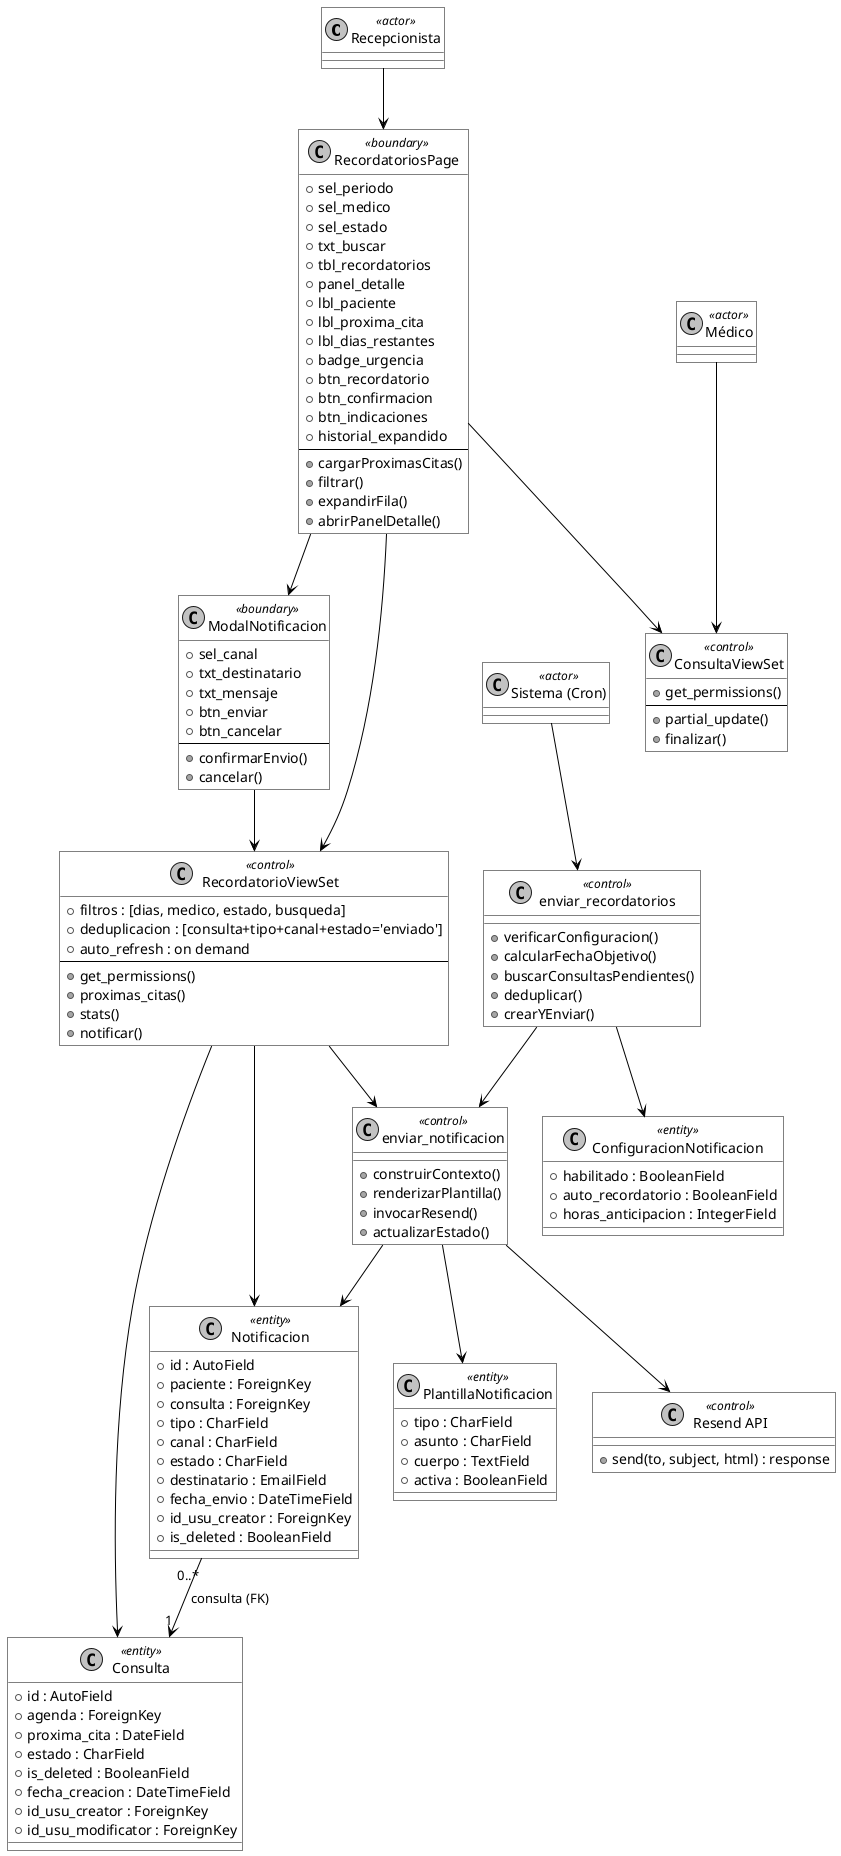
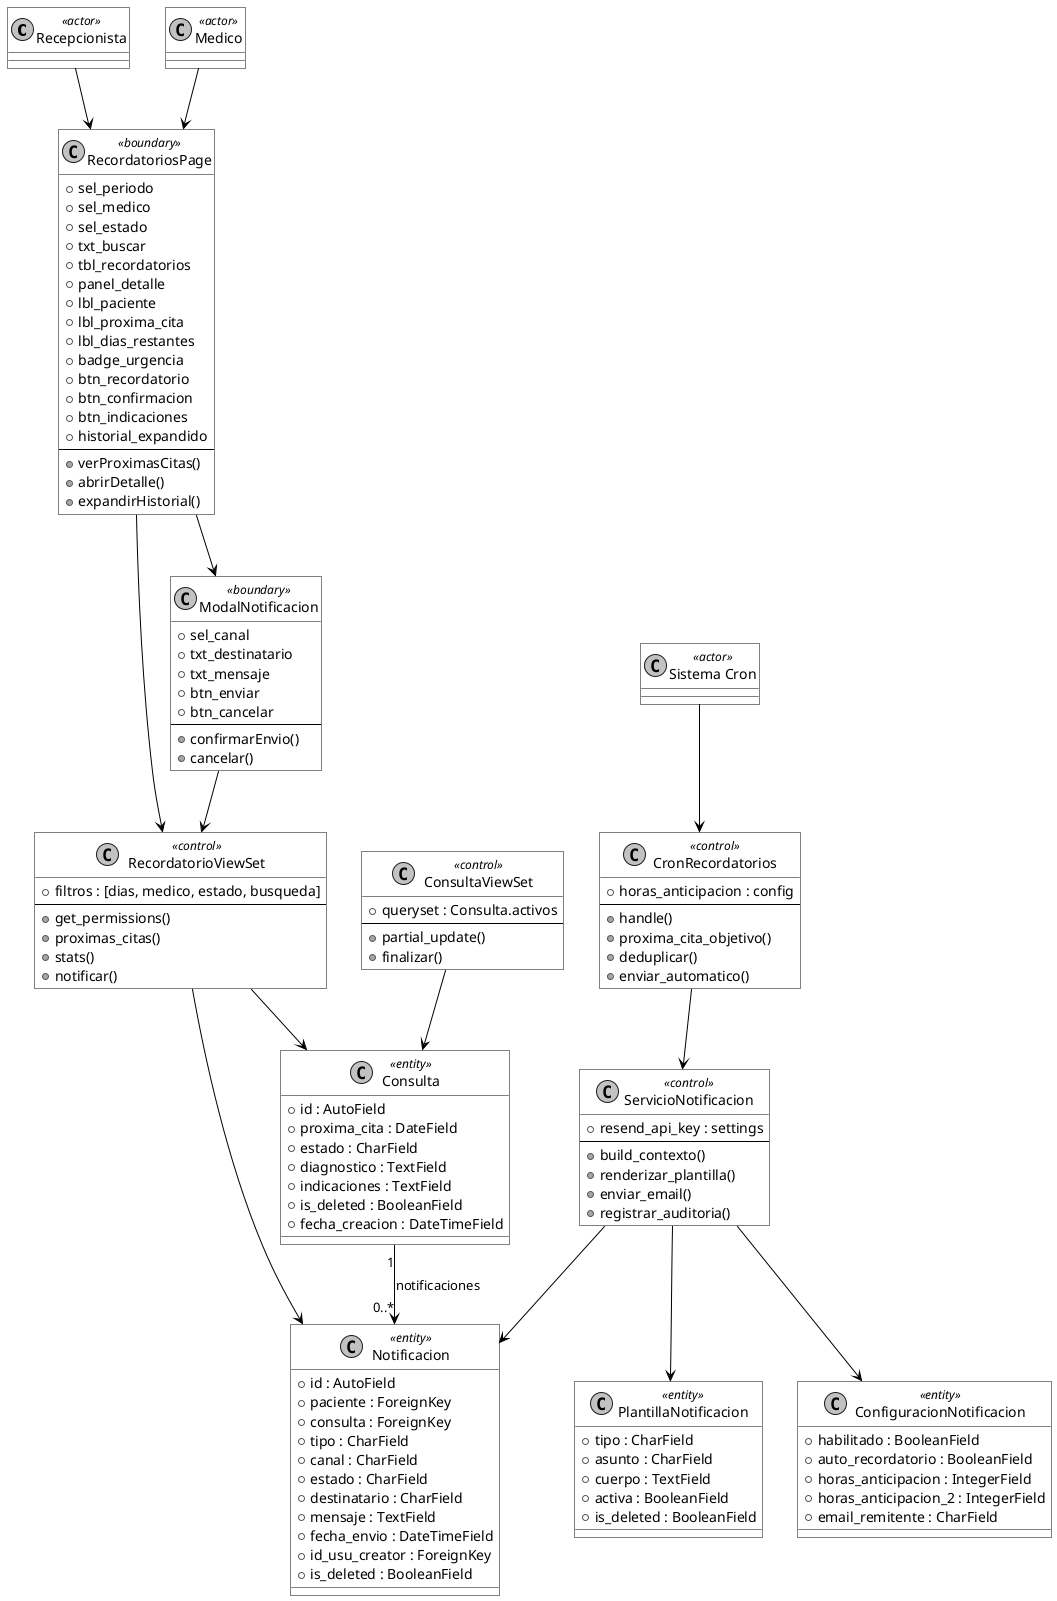
@startuml 08_modelo_objetos_detallado

skinparam monochrome true
skinparam shadowing false
skinparam roundcorner 0
skinparam backgroundColor white

skinparam class {
  BackgroundColor #ffffff
  BorderColor #000000
  ArrowColor #000000
}

class "Recepcionista" <<actor>>
- class "Médico" <<actor>>
- class "Sistema (Cron)" <<actor>>
+ class "Medico" <<actor>>
+ class "Sistema Cron" <<actor>>

class "RecordatoriosPage" <<boundary>> {
  +sel_periodo
  +sel_medico
  +sel_estado
  +txt_buscar
  +tbl_recordatorios
  +panel_detalle
  +lbl_paciente
  +lbl_proxima_cita
  +lbl_dias_restantes
  +badge_urgencia
  +btn_recordatorio
  +btn_confirmacion
  +btn_indicaciones
  +historial_expandido
  --
-   +cargarProximasCitas()
-   +filtrar()
-   +expandirFila()
-   +abrirPanelDetalle()
+   +verProximasCitas()
+   +abrirDetalle()
+   +expandirHistorial()
}

class "ModalNotificacion" <<boundary>> {
  +sel_canal
  +txt_destinatario
  +txt_mensaje
  +btn_enviar
  +btn_cancelar
  --
  +confirmarEnvio()
  +cancelar()
}

class "RecordatorioViewSet" <<control>> {
  +filtros : [dias, medico, estado, busqueda]
-   +deduplicacion : [consulta+tipo+canal+estado='enviado']
-   +auto_refresh : on demand
  --
  +get_permissions()
  +proximas_citas()
  +stats()
  +notificar()
}

class "ConsultaViewSet" <<control>> {
-   +get_permissions()
+   +queryset : Consulta.activos
  --
  +partial_update()
  +finalizar()
}

- class "enviar_notificacion" <<control>> {
-   +construirContexto()
-   +renderizarPlantilla()
-   +invocarResend()
-   +actualizarEstado()
+ class "ServicioNotificacion" <<control>> {
+   +resend_api_key : settings
+   --
+   +build_contexto()
+   +renderizar_plantilla()
+   +enviar_email()
+   +registrar_auditoria()
}

- class "enviar_recordatorios" <<control>> {
-   +verificarConfiguracion()
-   +calcularFechaObjetivo()
-   +buscarConsultasPendientes()
+ class "CronRecordatorios" <<control>> {
+   +horas_anticipacion : config
+   --
+   +handle()
+   +proxima_cita_objetivo()
  +deduplicar()
-   +crearYEnviar()
- }
- 
- class "Resend API" <<control>> {
-   +send(to, subject, html) : response
+   +enviar_automatico()
}

class "Consulta" <<entity>> {
  +id : AutoField
-   +agenda : ForeignKey
  +proxima_cita : DateField
  +estado : CharField
+   +diagnostico : TextField
+   +indicaciones : TextField
  +is_deleted : BooleanField
  +fecha_creacion : DateTimeField
-   +id_usu_creator : ForeignKey
-   +id_usu_modificator : ForeignKey
}

class "Notificacion" <<entity>> {
  +id : AutoField
  +paciente : ForeignKey
  +consulta : ForeignKey
  +tipo : CharField
  +canal : CharField
  +estado : CharField
-   +destinatario : EmailField
+   +destinatario : CharField
+   +mensaje : TextField
  +fecha_envio : DateTimeField
  +id_usu_creator : ForeignKey
  +is_deleted : BooleanField
}

class "ConfiguracionNotificacion" <<entity>> {
  +habilitado : BooleanField
  +auto_recordatorio : BooleanField
  +horas_anticipacion : IntegerField
+   +horas_anticipacion_2 : IntegerField
+   +email_remitente : CharField
}

class "PlantillaNotificacion" <<entity>> {
  +tipo : CharField
  +asunto : CharField
  +cuerpo : TextField
  +activa : BooleanField
+   +is_deleted : BooleanField
}

- "Recepcionista" --> "RecordatoriosPage"
- "Médico" --> "ConsultaViewSet"
- "Sistema (Cron)" --> "enviar_recordatorios"
+ Recepcionista  --> RecordatoriosPage
+ Medico         --> RecordatoriosPage
+ "Sistema Cron" --> CronRecordatorios

- "RecordatoriosPage" --> "ModalNotificacion"
- "RecordatoriosPage" --> "RecordatorioViewSet"
- "RecordatoriosPage" --> "ConsultaViewSet"
- "ModalNotificacion" --> "RecordatorioViewSet"
+ RecordatoriosPage --> RecordatorioViewSet
+ RecordatoriosPage --> ModalNotificacion
+ ModalNotificacion --> RecordatorioViewSet
+ CronRecordatorios --> ServicioNotificacion

- "RecordatorioViewSet" --> "enviar_notificacion"
- "enviar_recordatorios" --> "enviar_notificacion"
- "enviar_notificacion" --> "Resend API"
+ RecordatorioViewSet --> Consulta
+ RecordatorioViewSet --> Notificacion
+ ServicioNotificacion --> Notificacion
+ ServicioNotificacion --> ConfiguracionNotificacion
+ ServicioNotificacion --> PlantillaNotificacion
+ ConsultaViewSet     --> Consulta

- "RecordatorioViewSet" --> "Consulta"
- "RecordatorioViewSet" --> "Notificacion"
- "enviar_recordatorios" --> "ConfiguracionNotificacion"
- "enviar_notificacion" --> "PlantillaNotificacion"
- "enviar_notificacion" --> "Notificacion"
- 
- "Notificacion" "0..*" --> "1" "Consulta" : consulta (FK)
+ Consulta "1" --> "0..*" Notificacion : notificaciones

@enduml
